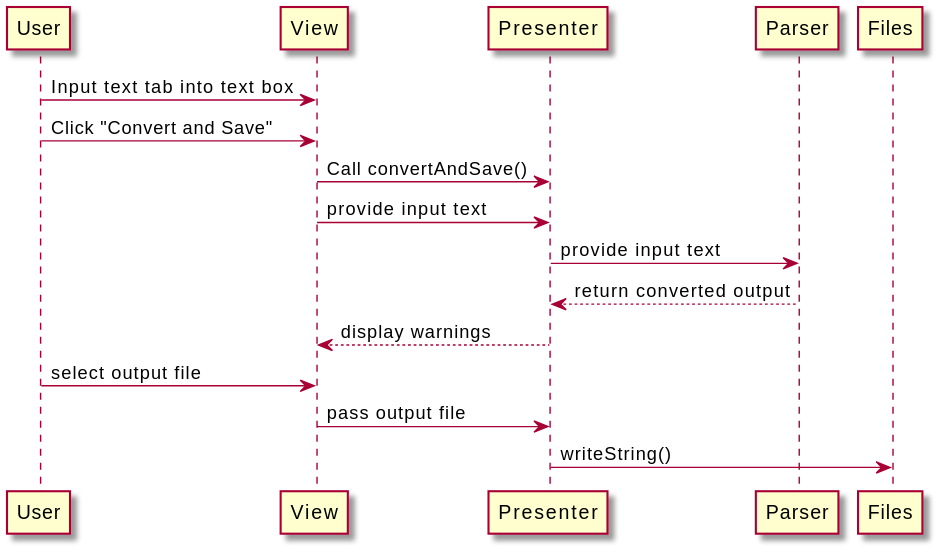
ahopk127/eecs2311-tab2xml keeps this PlantUML diagram as Documentation/convert-and-save.svg. Above is the earlier version.
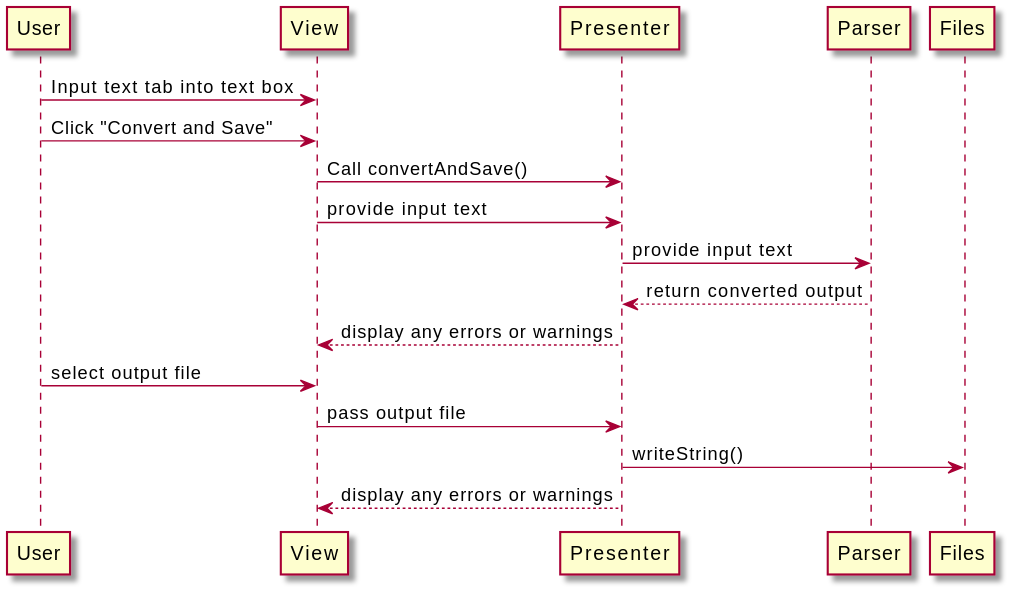
After the change.

Commit message:
Slight improvements to UML diagrams

The edit, as a diff of the source:
```diff
@@ -5,8 +5,9 @@
 View -> Presenter : provide input text
 Presenter -> Parser : provide input text
 Presenter <-- Parser : return converted output
-View <-- Presenter : display warnings
+View <-- Presenter : display any errors or warnings
 User -> View : select output file
 View -> Presenter : pass output file
 Presenter -> Files : writeString()
+View <-- Presenter : display any errors or warnings
 @enduml
```
